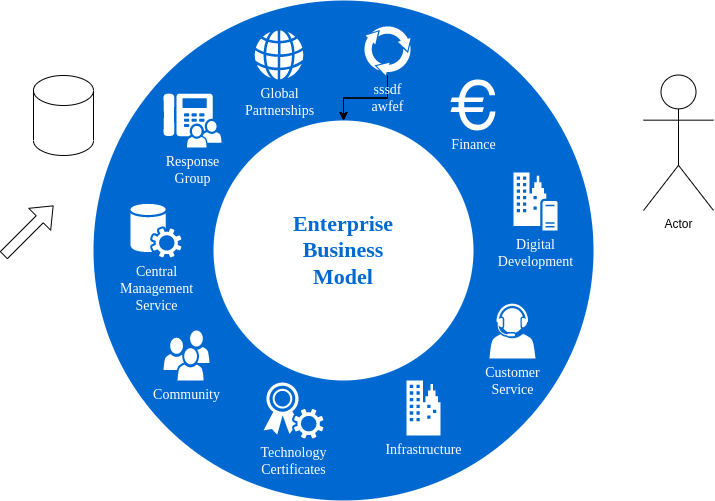
Above: images/img2.png in hungnh103/demo_drawio (draw.io), before the change. Source tidied: cells renumbered, new cells last; positions are measured from the earlier drawing's top-left corner, leaving out a move shared by most shapes.
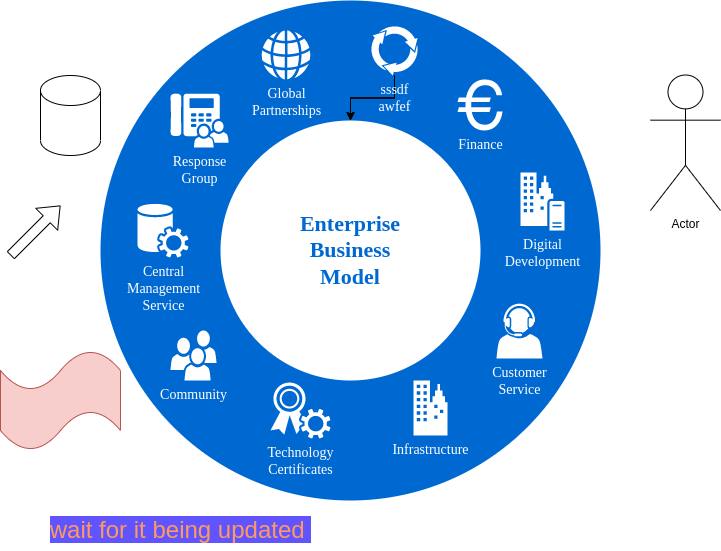
The same diagram one commit later.

What changed in the source:
```diff
@@ -59,5 +59,11 @@
         <mxPoint x="50" y="205" as="targetPoint" />
       </mxGeometry>
     </mxCell>
+    <mxCell id="20" style="shape=tape;whiteSpace=wrap;html=1;fillColor=#f8cecc;strokeColor=#b85450;fontStyle=1;" parent="1" vertex="1">
+      <mxGeometry x="-10" y="350" width="120" height="100" as="geometry" />
+    </mxCell>
+    <mxCell id="21" value="&lt;font color=&quot;#ff995e&quot; style=&quot;font-size: 24px; background-color: rgb(96, 84, 255);&quot;&gt;wait for it being updated&amp;nbsp;&lt;/font&gt;" style="text;html=1;align=center;verticalAlign=middle;strokeColor=none;fillColor=none;" parent="1" vertex="1">
+      <mxGeometry x="25" y="510" width="290" height="40" as="geometry" />
+    </mxCell>
   </root>
 </mxGraphModel>
```
